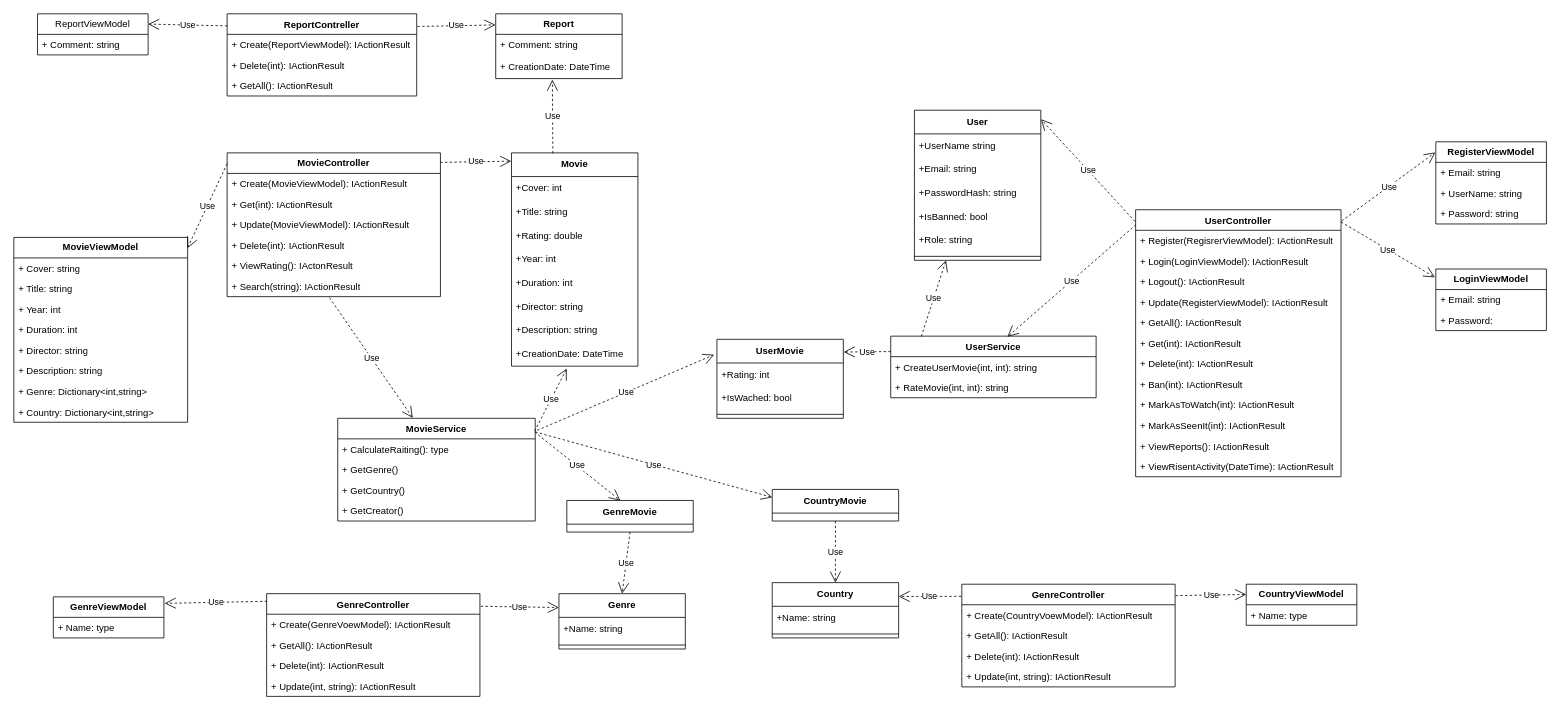
This is page "Page-1" (1 of 2) of Requirements/StaticModel/ClassDiagram.drawio from KavomanyOrganization/MovieList, a draw.io file, before an edit. Source tidied: cells renumbered, new cells numbered last; positions are measured from the earlier drawing's top-left corner, leaving out a move shared by most shapes. Both pictures are drawn from the tidied source at 79%, with x=0, y=0 at pixel (13, 13).
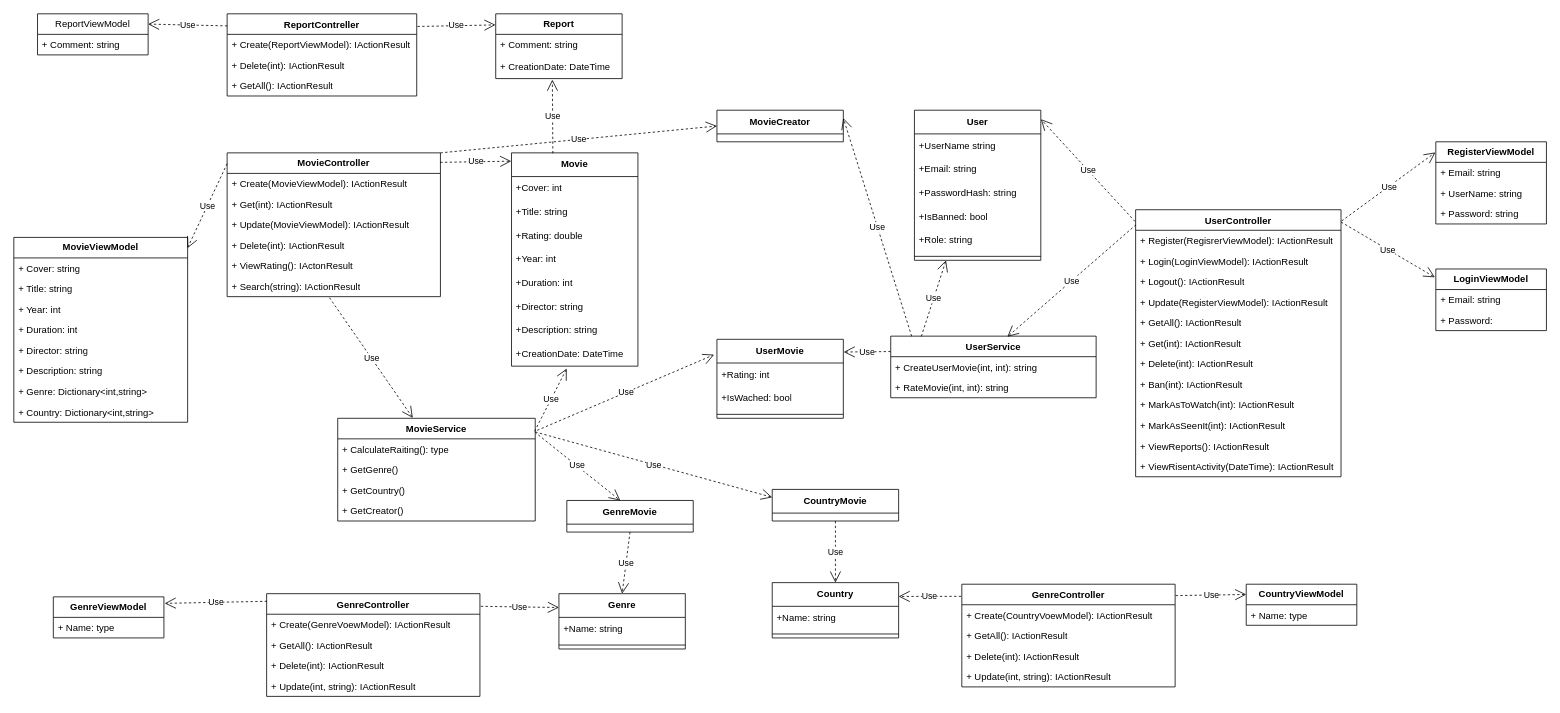
The same page after the edit.

The change refers to these unchanged cells:
```xml
<mxCell id="25" value="&lt;b&gt;MovieController&lt;/b&gt;" style="swimlane;fontStyle=0;horizontal=1;startSize=26;fillColor=none;whiteSpace=wrap;html=1;" parent="1" vertex="1">
  <mxGeometry x="270" y="176" width="270" height="182" as="geometry" />
</mxCell>
<mxCell id="102" value="UserService" style="swimlane;fontStyle=1;align=center;verticalAlign=top;horizontal=1;startSize=26;whiteSpace=wrap;html=1;" parent="1" vertex="1">
  <mxGeometry x="1110" y="408" width="260" height="78" as="geometry" />
</mxCell>
```

What changed in the source:
```diff
@@
+    <mxCell id="119" value="&lt;b&gt;MovieCreator&lt;/b&gt;" style="swimlane;fontStyle=0;horizontal=1;startSize=30;whiteSpace=wrap;html=1;" parent="1" vertex="1">
+      <mxGeometry x="890" y="122" width="160" height="40" as="geometry" />
+    </mxCell>
+    <mxCell id="120" value="Use" style="endArrow=open;endSize=12;dashed=1;html=1;exitX=0.102;exitY=0.002;exitDx=0;exitDy=0;entryX=1;entryY=0.25;entryDx=0;entryDy=0;exitPerimeter=0;" parent="1" edge="1" source="102" target="119">
+      <mxGeometry relative="1" as="geometry" />
+    </mxCell>
+    <mxCell id="121" value="Use" style="endArrow=open;endSize=12;dashed=1;html=1;exitX=1;exitY=0;exitDx=0;exitDy=0;entryX=0;entryY=0.5;entryDx=0;entryDy=0;" parent="1" edge="1" source="25" target="119">
+      <mxGeometry relative="1" as="geometry" />
+    </mxCell>
```
